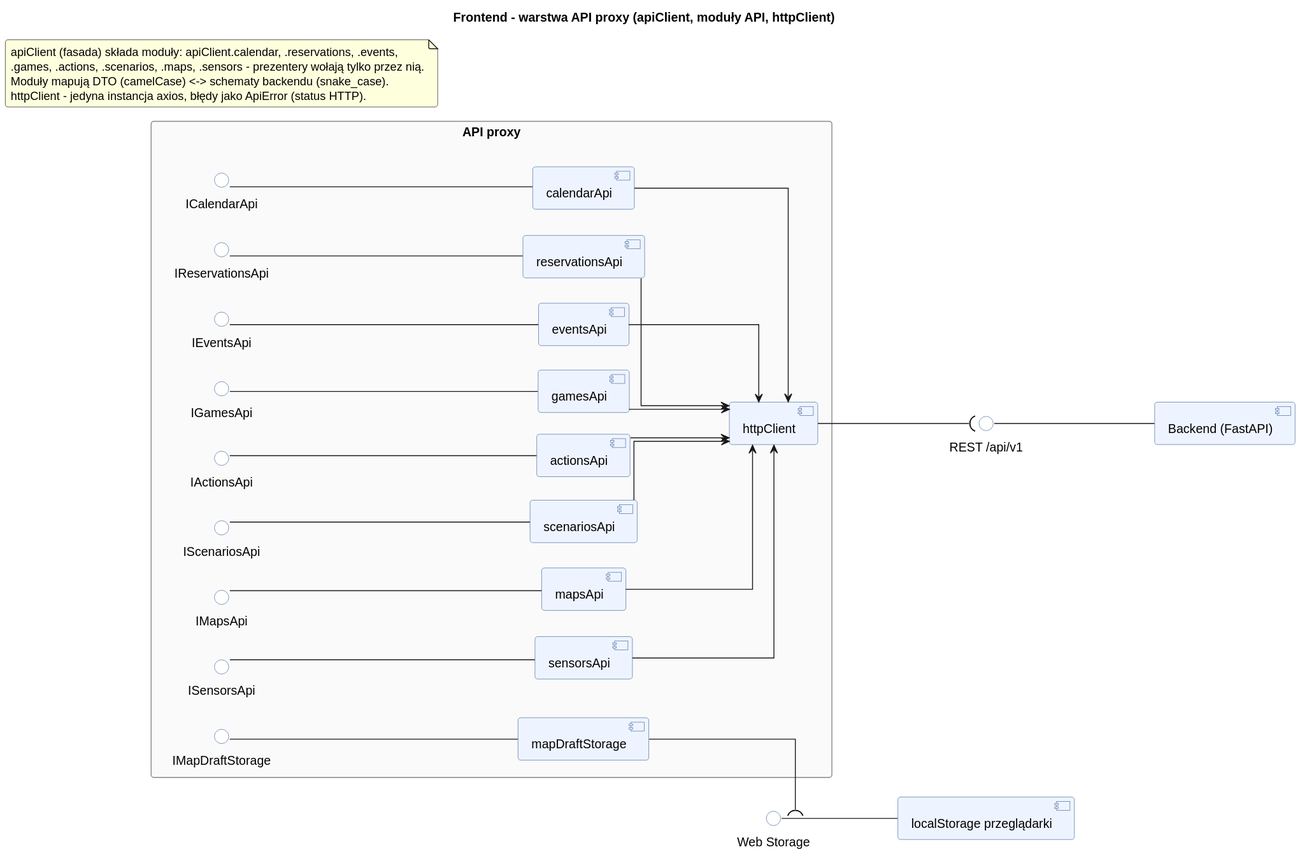
Igor-Ochocki/POP-2026Z keeps this PlantUML diagram as diagrams/rendered/logic_structure_frontend_api.svg. Above is the earlier version.
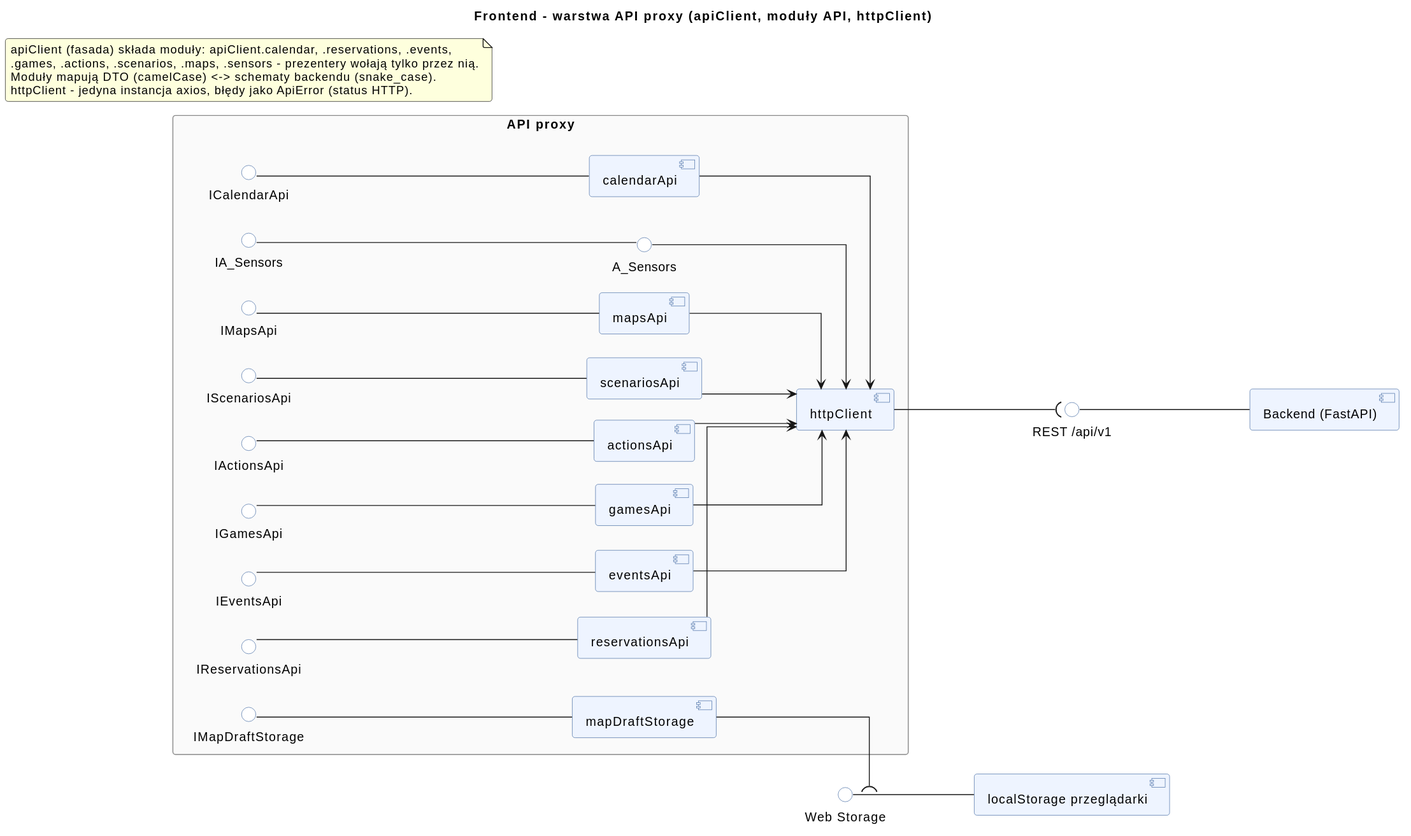
After the commit.

Commit message:
Remove SensorsAPI from diagrams existence

The edit, as a diff of the source:
```diff
@@ -30,7 +30,6 @@
     () "IActionsApi" as IA_Actions
     () "IScenariosApi" as IA_Scenarios
     () "IMapsApi" as IA_Maps
-    () "ISensorsApi" as IA_Sensors
     () "IMapDraftStorage" as IA_Draft
 
     component [calendarApi] as A_Calendar
@@ -40,7 +39,6 @@
     component [actionsApi] as A_Actions
     component [scenariosApi] as A_Scenarios
     component [mapsApi] as A_Maps
-    component [sensorsApi] as A_Sensors
     component [mapDraftStorage] as A_Draft
     component [httpClient] as A_Http
 
```
